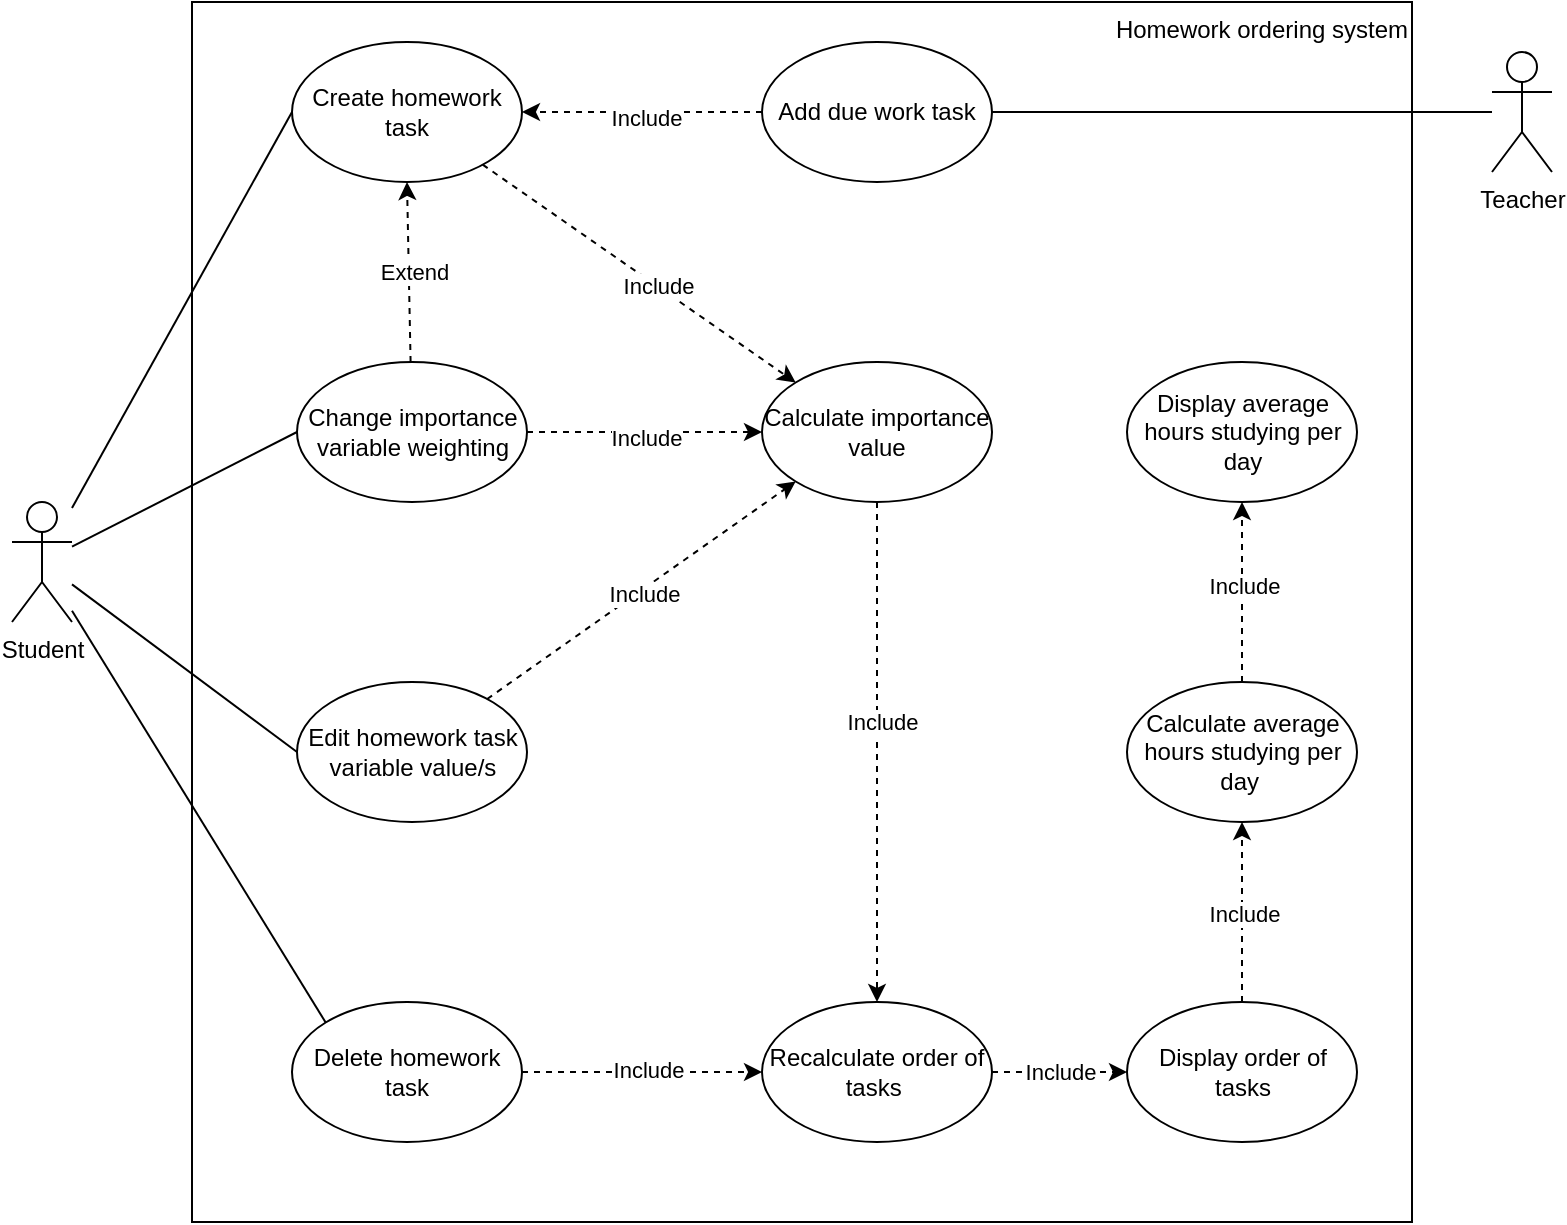
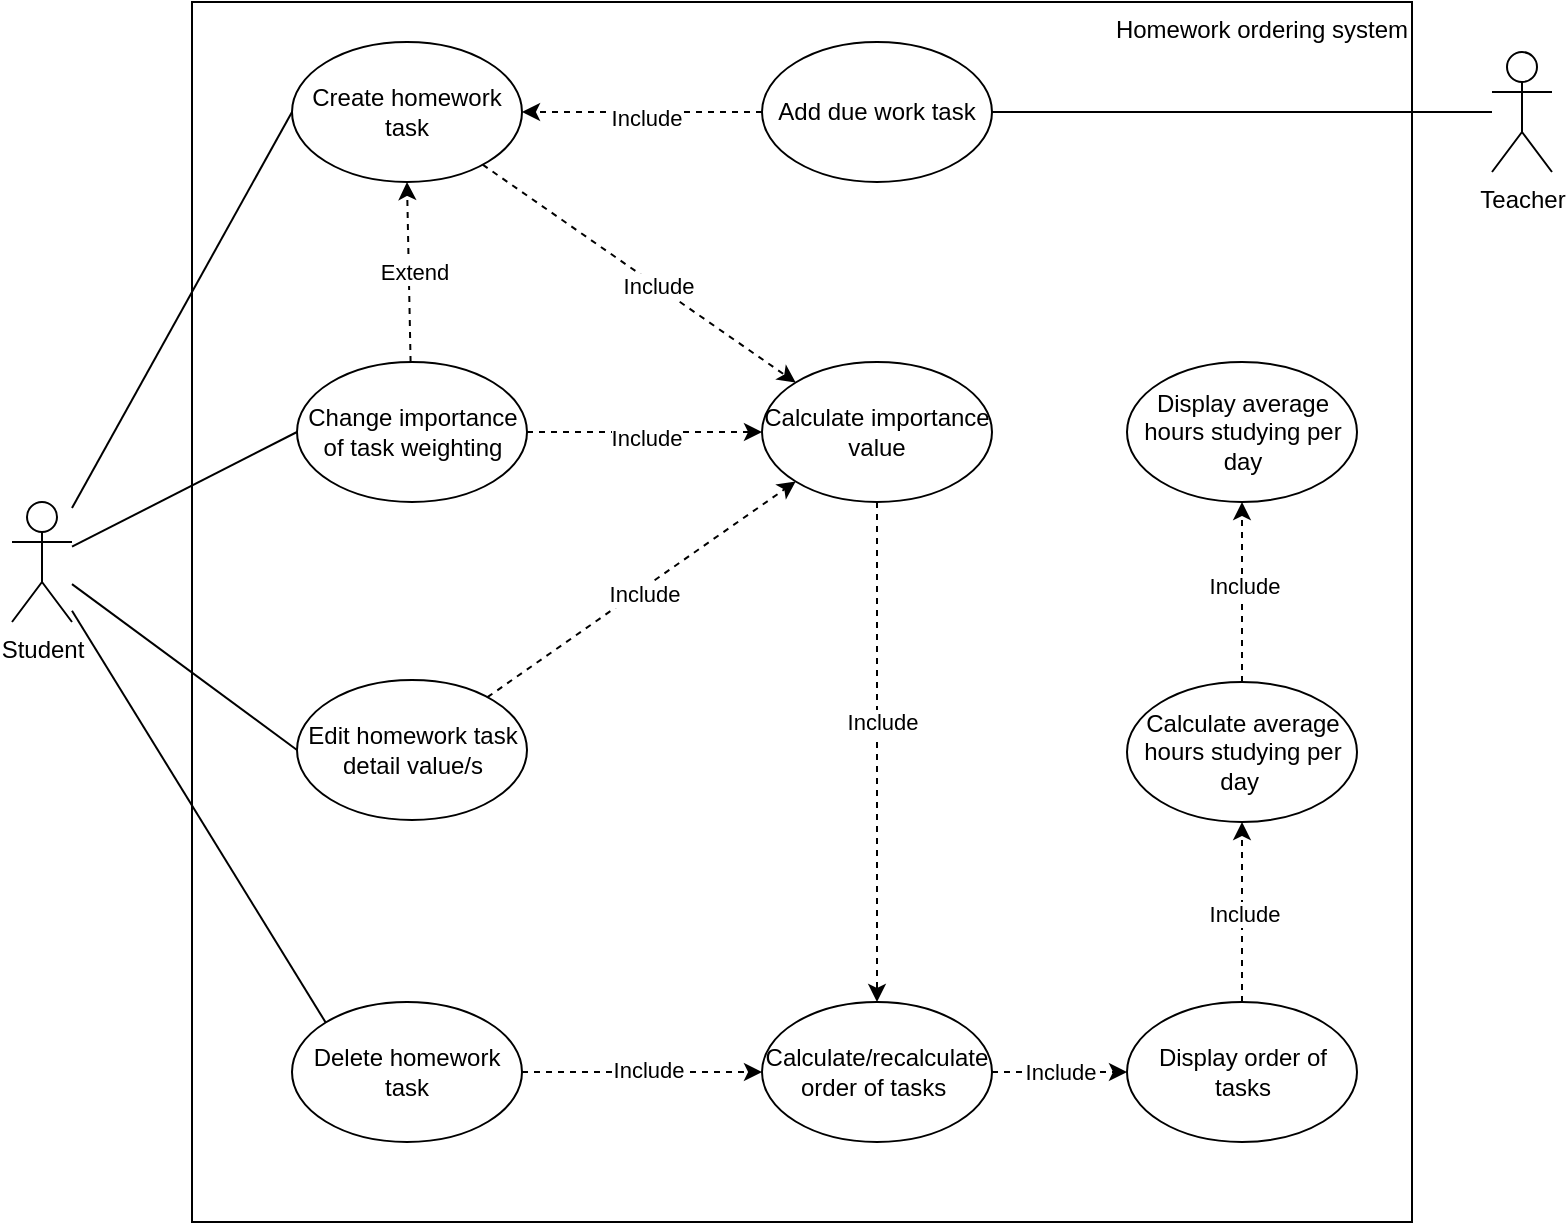
- <mxfile host="app.diagrams.net" agent="Mozilla/5.0 (Windows NT 10.0; Win64; x64) AppleWebKit/537.36 (KHTML, like Gecko) Chrome/147.0.0.0 Safari/537.36">
-   <diagram name="Page-1" id="ZcyXiCbd3epHD8B5bp2-">
-     <mxGraphModel dx="934" dy="657" grid="1" gridSize="10" guides="1" tooltips="1" connect="1" arrows="1" fold="1" page="1" pageScale="1" pageWidth="827" pageHeight="1169" math="0" shadow="0">
+ <mxfile host="app.diagrams.net" agent="Mozilla/5.0 (Windows NT 10.0; Win64; x64) AppleWebKit/537.36 (KHTML, like Gecko) Chrome/147.0.0.0 Safari/537.36" pages="2">
+   <diagram name="Use Case Diagram" id="ZcyXiCbd3epHD8B5bp2-">
+     <mxGraphModel grid="1" page="1" gridSize="10" guides="1" tooltips="1" connect="1" arrows="1" fold="1" pageScale="1" pageWidth="827" pageHeight="1169" math="0" shadow="0">
      <root>
        <mxCell id="0" />
        <mxCell id="1" parent="0" />
        <mxCell id="G7WcPmlzqGxsM9-RYmIV-1" parent="1" style="aspect=fixed;labelPosition=center;verticalLabelPosition=middle;align=right;verticalAlign=top;html=1;whiteSpace=wrap;movable=1;resizable=1;rotatable=1;deletable=1;editable=1;locked=0;connectable=1;" value="Homework ordering system" vertex="1">
          <mxGeometry height="610" width="610" x="100" y="100" as="geometry" />
        </mxCell>
        <mxCell id="jqSJIoKgP5xY_ZK5AzuU-10" edge="1" parent="1" source="G7WcPmlzqGxsM9-RYmIV-2" style="rounded=0;orthogonalLoop=1;jettySize=auto;html=1;entryX=0;entryY=0.5;entryDx=0;entryDy=0;endArrow=none;endFill=0;" target="jqSJIoKgP5xY_ZK5AzuU-4">
          <mxGeometry relative="1" as="geometry" />
        </mxCell>
        <mxCell id="tDrKYoykQaESbITqznwy-8" edge="1" parent="1" source="G7WcPmlzqGxsM9-RYmIV-2" style="rounded=0;orthogonalLoop=1;jettySize=auto;html=1;entryX=0;entryY=0.5;entryDx=0;entryDy=0;endArrow=none;endFill=0;" target="jqSJIoKgP5xY_ZK5AzuU-18">
          <mxGeometry relative="1" as="geometry" />
        </mxCell>
        <mxCell id="gFCc6fkzavYNVZ7rkNDt-2" edge="1" parent="1" source="G7WcPmlzqGxsM9-RYmIV-2" style="rounded=0;orthogonalLoop=1;jettySize=auto;html=1;entryX=0;entryY=0.5;entryDx=0;entryDy=0;endArrow=none;endFill=0;" target="gFCc6fkzavYNVZ7rkNDt-1">
          <mxGeometry relative="1" as="geometry" />
        </mxCell>
        <mxCell id="G7WcPmlzqGxsM9-RYmIV-2" parent="1" style="shape=umlActor;verticalLabelPosition=bottom;verticalAlign=top;html=1;outlineConnect=0;" value="Student" vertex="1">
          <mxGeometry height="60" width="30" x="10" y="350" as="geometry" />
        </mxCell>
        <mxCell id="jqSJIoKgP5xY_ZK5AzuU-3" edge="1" parent="1" source="G7WcPmlzqGxsM9-RYmIV-7" style="rounded=0;orthogonalLoop=1;jettySize=auto;html=1;entryX=1;entryY=0.5;entryDx=0;entryDy=0;shape=wire;dashed=1;endArrow=none;endFill=0;" target="jqSJIoKgP5xY_ZK5AzuU-2">
          <mxGeometry relative="1" as="geometry" />
        </mxCell>
        <mxCell id="G7WcPmlzqGxsM9-RYmIV-7" parent="1" style="shape=umlActor;verticalLabelPosition=bottom;verticalAlign=top;html=1;outlineConnect=0;" value="Teacher" vertex="1">
          <mxGeometry height="60" width="30" x="750" y="125" as="geometry" />
        </mxCell>
        <mxCell id="jqSJIoKgP5xY_ZK5AzuU-5" edge="1" parent="1" source="jqSJIoKgP5xY_ZK5AzuU-2" style="rounded=0;orthogonalLoop=1;jettySize=auto;html=1;endArrow=classic;endFill=1;dashed=1;" target="jqSJIoKgP5xY_ZK5AzuU-4">
          <mxGeometry relative="1" as="geometry" />
        </mxCell>
        <mxCell id="jqSJIoKgP5xY_ZK5AzuU-6" connectable="0" parent="jqSJIoKgP5xY_ZK5AzuU-5" style="edgeLabel;html=1;align=center;verticalAlign=middle;resizable=0;points=[];" value="Include" vertex="1">
          <mxGeometry relative="1" x="-0.0218" y="3" as="geometry">
            <mxPoint as="offset" />
          </mxGeometry>
        </mxCell>
        <mxCell id="jqSJIoKgP5xY_ZK5AzuU-2" parent="1" style="ellipse;whiteSpace=wrap;html=1;" value="Add due work task" vertex="1">
          <mxGeometry height="70" width="115" x="385" y="120" as="geometry" />
        </mxCell>
        <mxCell id="jqSJIoKgP5xY_ZK5AzuU-13" edge="1" parent="1" source="jqSJIoKgP5xY_ZK5AzuU-4" style="rounded=0;orthogonalLoop=1;jettySize=auto;html=1;dashed=1;endArrow=classic;endFill=1;entryX=0;entryY=0;entryDx=0;entryDy=0;" target="jqSJIoKgP5xY_ZK5AzuU-11">
          <mxGeometry relative="1" as="geometry" />
        </mxCell>
        <mxCell id="jqSJIoKgP5xY_ZK5AzuU-14" connectable="0" parent="jqSJIoKgP5xY_ZK5AzuU-13" style="edgeLabel;html=1;align=center;verticalAlign=middle;resizable=0;points=[];" value="Include" vertex="1">
          <mxGeometry relative="1" x="0.1143" as="geometry">
            <mxPoint as="offset" />
          </mxGeometry>
        </mxCell>
        <mxCell id="jqSJIoKgP5xY_ZK5AzuU-4" parent="1" style="ellipse;whiteSpace=wrap;html=1;" value="Create homework task" vertex="1">
          <mxGeometry height="70" width="115" x="150" y="120" as="geometry" />
        </mxCell>
        <mxCell id="jqSJIoKgP5xY_ZK5AzuU-16" edge="1" parent="1" source="jqSJIoKgP5xY_ZK5AzuU-11" style="rounded=0;orthogonalLoop=1;jettySize=auto;html=1;dashed=1;" target="jqSJIoKgP5xY_ZK5AzuU-15" value="">
          <mxGeometry relative="1" as="geometry" />
        </mxCell>
        <mxCell id="jqSJIoKgP5xY_ZK5AzuU-17" connectable="0" parent="jqSJIoKgP5xY_ZK5AzuU-16" style="edgeLabel;html=1;align=center;verticalAlign=middle;resizable=0;points=[];" value="Include" vertex="1">
          <mxGeometry relative="1" x="-0.125" y="2" as="geometry">
            <mxPoint as="offset" />
          </mxGeometry>
        </mxCell>
        <mxCell id="jqSJIoKgP5xY_ZK5AzuU-11" parent="1" style="ellipse;whiteSpace=wrap;html=1;" value="Calculate importance value" vertex="1">
          <mxGeometry height="70" width="115" x="385" y="280" as="geometry" />
        </mxCell>
        <mxCell id="tDrKYoykQaESbITqznwy-10" edge="1" parent="1" source="jqSJIoKgP5xY_ZK5AzuU-15" style="rounded=0;orthogonalLoop=1;jettySize=auto;html=1;entryX=0;entryY=0.5;entryDx=0;entryDy=0;startArrow=none;startFill=0;endArrow=classic;endFill=1;dashed=1;" target="tDrKYoykQaESbITqznwy-9" value="Include">
          <mxGeometry relative="1" as="geometry" />
        </mxCell>
-         <mxCell id="jqSJIoKgP5xY_ZK5AzuU-15" parent="1" style="ellipse;whiteSpace=wrap;html=1;" value="Recalculate order of tasks&amp;nbsp;" vertex="1">
+         <mxCell id="jqSJIoKgP5xY_ZK5AzuU-15" parent="1" style="ellipse;whiteSpace=wrap;html=1;" value="Calculate/recalculate order of tasks&amp;nbsp;" vertex="1">
          <mxGeometry height="70" width="115" x="385" y="600" as="geometry" />
        </mxCell>
        <mxCell id="jqSJIoKgP5xY_ZK5AzuU-20" edge="1" parent="1" source="jqSJIoKgP5xY_ZK5AzuU-18" style="rounded=0;orthogonalLoop=1;jettySize=auto;html=1;entryX=0;entryY=0.5;entryDx=0;entryDy=0;dashed=1;" target="jqSJIoKgP5xY_ZK5AzuU-11">
          <mxGeometry relative="1" as="geometry" />
        </mxCell>
        <mxCell id="jqSJIoKgP5xY_ZK5AzuU-21" connectable="0" parent="jqSJIoKgP5xY_ZK5AzuU-20" style="edgeLabel;html=1;align=center;verticalAlign=middle;resizable=0;points=[];" value="Include" vertex="1">
          <mxGeometry relative="1" x="0.0328" y="-3" as="geometry">
            <mxPoint x="-1" as="offset" />
          </mxGeometry>
        </mxCell>
        <mxCell id="tDrKYoykQaESbITqznwy-6" edge="1" parent="1" source="jqSJIoKgP5xY_ZK5AzuU-18" style="rounded=0;orthogonalLoop=1;jettySize=auto;html=1;entryX=0.5;entryY=1;entryDx=0;entryDy=0;dashed=1;" target="jqSJIoKgP5xY_ZK5AzuU-4">
          <mxGeometry relative="1" as="geometry" />
        </mxCell>
        <mxCell id="tDrKYoykQaESbITqznwy-7" connectable="0" parent="tDrKYoykQaESbITqznwy-6" style="edgeLabel;html=1;align=center;verticalAlign=middle;resizable=0;points=[];" value="Extend" vertex="1">
          <mxGeometry relative="1" x="0.008" y="-2" as="geometry">
            <mxPoint as="offset" />
          </mxGeometry>
        </mxCell>
-         <mxCell id="jqSJIoKgP5xY_ZK5AzuU-18" parent="1" style="ellipse;whiteSpace=wrap;html=1;" value="Change importance variable weighting" vertex="1">
+         <mxCell id="jqSJIoKgP5xY_ZK5AzuU-18" parent="1" style="ellipse;whiteSpace=wrap;html=1;" value="Change importance of task weighting" vertex="1">
          <mxGeometry height="70" width="115" x="152.5" y="280" as="geometry" />
        </mxCell>
        <mxCell id="tDrKYoykQaESbITqznwy-2" parent="1" style="ellipse;whiteSpace=wrap;html=1;" value="Delete homework task" vertex="1">
          <mxGeometry height="70" width="115" x="150" y="600" as="geometry" />
        </mxCell>
        <mxCell id="tDrKYoykQaESbITqznwy-3" edge="1" parent="1" source="G7WcPmlzqGxsM9-RYmIV-2" style="rounded=0;orthogonalLoop=1;jettySize=auto;html=1;endArrow=none;endFill=0;entryX=0;entryY=0;entryDx=0;entryDy=0;" target="tDrKYoykQaESbITqznwy-2">
          <mxGeometry relative="1" as="geometry">
            <mxPoint x="174" y="430" as="targetPoint" />
          </mxGeometry>
        </mxCell>
        <mxCell id="tDrKYoykQaESbITqznwy-4" edge="1" parent="1" source="tDrKYoykQaESbITqznwy-2" style="rounded=0;orthogonalLoop=1;jettySize=auto;html=1;entryX=0;entryY=0.5;entryDx=0;entryDy=0;endArrow=classic;endFill=1;dashed=1;" target="jqSJIoKgP5xY_ZK5AzuU-15">
          <mxGeometry relative="1" as="geometry" />
        </mxCell>
        <mxCell id="tDrKYoykQaESbITqznwy-5" connectable="0" parent="tDrKYoykQaESbITqznwy-4" style="edgeLabel;html=1;align=center;verticalAlign=middle;resizable=0;points=[];" value="Include" vertex="1">
          <mxGeometry relative="1" x="0.0436" y="1" as="geometry">
            <mxPoint as="offset" />
          </mxGeometry>
        </mxCell>
        <mxCell id="gFCc6fkzavYNVZ7rkNDt-6" edge="1" parent="1" source="tDrKYoykQaESbITqznwy-9" style="rounded=0;orthogonalLoop=1;jettySize=auto;html=1;entryX=0.5;entryY=1;entryDx=0;entryDy=0;endArrow=classic;endFill=1;dashed=1;" target="gFCc6fkzavYNVZ7rkNDt-5">
          <mxGeometry relative="1" as="geometry" />
        </mxCell>
        <mxCell id="gFCc6fkzavYNVZ7rkNDt-7" connectable="0" parent="gFCc6fkzavYNVZ7rkNDt-6" style="edgeLabel;html=1;align=center;verticalAlign=middle;resizable=0;points=[];" value="Include" vertex="1">
          <mxGeometry relative="1" x="-0.0222" y="-1" as="geometry">
            <mxPoint as="offset" />
          </mxGeometry>
        </mxCell>
        <mxCell id="tDrKYoykQaESbITqznwy-9" parent="1" style="ellipse;whiteSpace=wrap;html=1;" value="Display order of tasks" vertex="1">
          <mxGeometry height="70" width="115" x="567.5" y="600" as="geometry" />
        </mxCell>
        <mxCell id="gFCc6fkzavYNVZ7rkNDt-3" edge="1" parent="1" source="gFCc6fkzavYNVZ7rkNDt-1" style="rounded=0;orthogonalLoop=1;jettySize=auto;html=1;entryX=0;entryY=1;entryDx=0;entryDy=0;dashed=1;endArrow=classic;endFill=1;" target="jqSJIoKgP5xY_ZK5AzuU-11">
          <mxGeometry relative="1" as="geometry" />
        </mxCell>
        <mxCell id="gFCc6fkzavYNVZ7rkNDt-4" connectable="0" parent="gFCc6fkzavYNVZ7rkNDt-3" style="edgeLabel;html=1;align=center;verticalAlign=middle;resizable=0;points=[];" value="Include" vertex="1">
          <mxGeometry relative="1" x="0.0017" y="-2" as="geometry">
            <mxPoint as="offset" />
          </mxGeometry>
        </mxCell>
-         <mxCell id="gFCc6fkzavYNVZ7rkNDt-1" parent="1" style="ellipse;whiteSpace=wrap;html=1;" value="Edit homework task variable value/s" vertex="1">
-           <mxGeometry height="70" width="115" x="152.5" y="440" as="geometry" />
+         <mxCell id="gFCc6fkzavYNVZ7rkNDt-1" parent="1" style="ellipse;whiteSpace=wrap;html=1;" value="Edit homework task detail value/s" vertex="1">
+           <mxGeometry height="70" width="115" x="152.5" y="439" as="geometry" />
        </mxCell>
        <mxCell id="gFCc6fkzavYNVZ7rkNDt-9" edge="1" parent="1" source="gFCc6fkzavYNVZ7rkNDt-5" style="edgeStyle=orthogonalEdgeStyle;rounded=0;orthogonalLoop=1;jettySize=auto;html=1;endArrow=classic;endFill=1;dashed=1;" target="gFCc6fkzavYNVZ7rkNDt-8">
          <mxGeometry relative="1" as="geometry" />
        </mxCell>
        <mxCell id="gFCc6fkzavYNVZ7rkNDt-10" connectable="0" parent="gFCc6fkzavYNVZ7rkNDt-9" style="edgeLabel;html=1;align=center;verticalAlign=middle;resizable=0;points=[];" value="Include" vertex="1">
          <mxGeometry relative="1" x="0.0667" y="-1" as="geometry">
            <mxPoint as="offset" />
          </mxGeometry>
        </mxCell>
        <mxCell id="gFCc6fkzavYNVZ7rkNDt-5" parent="1" style="ellipse;whiteSpace=wrap;html=1;resizeWidth=0;" value="Calculate average hours studying per day&amp;nbsp;" vertex="1">
          <mxGeometry height="70" width="115" x="567.5" y="440" as="geometry" />
        </mxCell>
        <mxCell id="gFCc6fkzavYNVZ7rkNDt-8" parent="1" style="ellipse;whiteSpace=wrap;html=1;" value="Display average hours studying per day" vertex="1">
          <mxGeometry height="70" width="115" x="567.5" y="280" as="geometry" />
+         </mxCell>
+       </root>
+     </mxGraphModel>
+   </diagram>
+   <diagram id="8lql2eI7iz3RtWvieJSU" name="Context Diagram">
+     <mxGraphModel dx="934" dy="657" grid="1" gridSize="10" guides="1" tooltips="1" connect="1" arrows="1" fold="1" page="1" pageScale="1" pageWidth="827" pageHeight="1169" math="0" shadow="0">
+       <root>
+         <mxCell id="0" />
+         <mxCell id="1" parent="0" />
+         <mxCell id="ACZuuOuZ4gBjVFFcBLFl-7" edge="1" parent="1" source="ACZuuOuZ4gBjVFFcBLFl-1" style="rounded=0;orthogonalLoop=1;jettySize=auto;html=1;entryX=0;entryY=0;entryDx=0;entryDy=0;" target="ACZuuOuZ4gBjVFFcBLFl-3">
+           <mxGeometry relative="1" as="geometry" />
+         </mxCell>
+         <mxCell id="ACZuuOuZ4gBjVFFcBLFl-9" connectable="0" parent="ACZuuOuZ4gBjVFFcBLFl-7" style="edgeLabel;html=1;align=center;verticalAlign=middle;resizable=0;points=[];" value="Homework task details" vertex="1">
+           <mxGeometry relative="1" x="0.0243" y="1" as="geometry">
+             <mxPoint as="offset" />
+           </mxGeometry>
+         </mxCell>
+         <mxCell id="ACZuuOuZ4gBjVFFcBLFl-8" edge="1" parent="1" source="ACZuuOuZ4gBjVFFcBLFl-1" style="rounded=0;orthogonalLoop=1;jettySize=auto;html=1;entryX=0;entryY=0.5;entryDx=0;entryDy=0;" target="ACZuuOuZ4gBjVFFcBLFl-3">
+           <mxGeometry relative="1" as="geometry" />
+         </mxCell>
+         <mxCell id="ACZuuOuZ4gBjVFFcBLFl-10" connectable="0" parent="ACZuuOuZ4gBjVFFcBLFl-8" style="edgeLabel;html=1;align=center;verticalAlign=middle;resizable=0;points=[];" value="Importance of task" vertex="1">
+           <mxGeometry relative="1" x="0.0824" y="-1" as="geometry">
+             <mxPoint y="1" as="offset" />
+           </mxGeometry>
+         </mxCell>
+         <mxCell id="m4LZdS4MCfvcE9fhJnzB-1" edge="1" parent="1" source="ACZuuOuZ4gBjVFFcBLFl-1" style="rounded=0;orthogonalLoop=1;jettySize=auto;html=1;entryX=0;entryY=1;entryDx=0;entryDy=0;" target="ACZuuOuZ4gBjVFFcBLFl-3">
+           <mxGeometry relative="1" as="geometry" />
+         </mxCell>
+         <mxCell id="m4LZdS4MCfvcE9fhJnzB-2" connectable="0" parent="m4LZdS4MCfvcE9fhJnzB-1" style="edgeLabel;html=1;align=center;verticalAlign=middle;resizable=0;points=[];" value="Edit task details" vertex="1">
+           <mxGeometry relative="1" x="-0.015" y="4" as="geometry">
+             <mxPoint as="offset" />
+           </mxGeometry>
+         </mxCell>
+         <mxCell id="ACZuuOuZ4gBjVFFcBLFl-1" parent="1" style="rounded=0;whiteSpace=wrap;html=1;" value="Student" vertex="1">
+           <mxGeometry height="160" width="130" x="150" y="280" as="geometry" />
+         </mxCell>
+         <mxCell id="m4LZdS4MCfvcE9fhJnzB-3" edge="1" parent="1" source="ACZuuOuZ4gBjVFFcBLFl-3" style="rounded=0;orthogonalLoop=1;jettySize=auto;html=1;entryX=1;entryY=1;entryDx=0;entryDy=0;exitX=0.5;exitY=1;exitDx=0;exitDy=0;" target="ACZuuOuZ4gBjVFFcBLFl-1">
+           <mxGeometry relative="1" as="geometry" />
+         </mxCell>
+         <mxCell id="m4LZdS4MCfvcE9fhJnzB-4" connectable="0" parent="m4LZdS4MCfvcE9fhJnzB-3" style="edgeLabel;html=1;align=center;verticalAlign=middle;resizable=0;points=[];" value="Order of tasks" vertex="1">
+           <mxGeometry relative="1" x="-0.0139" y="-2" as="geometry">
+             <mxPoint as="offset" />
+           </mxGeometry>
+         </mxCell>
+         <mxCell id="m4LZdS4MCfvcE9fhJnzB-5" edge="1" parent="1" source="ACZuuOuZ4gBjVFFcBLFl-3" style="rounded=0;orthogonalLoop=1;jettySize=auto;html=1;entryX=1;entryY=0;entryDx=0;entryDy=0;exitX=0.5;exitY=0;exitDx=0;exitDy=0;" target="ACZuuOuZ4gBjVFFcBLFl-1">
+           <mxGeometry relative="1" as="geometry" />
+         </mxCell>
+         <mxCell id="m4LZdS4MCfvcE9fhJnzB-6" connectable="0" parent="m4LZdS4MCfvcE9fhJnzB-5" style="edgeLabel;html=1;align=center;verticalAlign=middle;resizable=0;points=[];" value="Total hours studying" vertex="1">
+           <mxGeometry relative="1" x="0.152" y="-3" as="geometry">
+             <mxPoint as="offset" />
+           </mxGeometry>
+         </mxCell>
+         <mxCell id="m4LZdS4MCfvcE9fhJnzB-7" edge="1" parent="1" source="ACZuuOuZ4gBjVFFcBLFl-3" style="rounded=0;orthogonalLoop=1;jettySize=auto;html=1;entryX=0.75;entryY=0;entryDx=0;entryDy=0;exitX=0.5;exitY=0;exitDx=0;exitDy=0;" target="ACZuuOuZ4gBjVFFcBLFl-1">
+           <mxGeometry relative="1" as="geometry">
+             <Array as="points">
+               <mxPoint x="340" y="190" />
+             </Array>
+           </mxGeometry>
+         </mxCell>
+         <mxCell id="m4LZdS4MCfvcE9fhJnzB-8" connectable="0" parent="m4LZdS4MCfvcE9fhJnzB-7" style="edgeLabel;html=1;align=center;verticalAlign=middle;resizable=0;points=[];" value="Average hours studying per day" vertex="1">
+           <mxGeometry relative="1" x="0.1809" y="-1" as="geometry">
+             <mxPoint y="1" as="offset" />
+           </mxGeometry>
+         </mxCell>
+         <mxCell id="ACZuuOuZ4gBjVFFcBLFl-3" parent="1" style="ellipse;whiteSpace=wrap;html=1;aspect=fixed;" value="Homework ordering system" vertex="1">
+           <mxGeometry height="160" width="160" x="420" y="280" as="geometry" />
+         </mxCell>
+         <mxCell id="ACZuuOuZ4gBjVFFcBLFl-5" edge="1" parent="1" source="ACZuuOuZ4gBjVFFcBLFl-4" style="rounded=0;orthogonalLoop=1;jettySize=auto;html=1;entryX=1;entryY=0.5;entryDx=0;entryDy=0;" target="ACZuuOuZ4gBjVFFcBLFl-3">
+           <mxGeometry relative="1" as="geometry" />
+         </mxCell>
+         <mxCell id="ACZuuOuZ4gBjVFFcBLFl-6" connectable="0" parent="ACZuuOuZ4gBjVFFcBLFl-5" style="edgeLabel;html=1;align=center;verticalAlign=middle;resizable=0;points=[];" value="Due work item details" vertex="1">
+           <mxGeometry relative="1" x="-0.0308" y="2" as="geometry">
+             <mxPoint as="offset" />
+           </mxGeometry>
+         </mxCell>
+         <mxCell id="ACZuuOuZ4gBjVFFcBLFl-4" parent="1" style="rounded=0;whiteSpace=wrap;html=1;" value="Teacher" vertex="1">
+           <mxGeometry height="160" width="120" x="719" y="280" as="geometry" />
        </mxCell>
      </root>
    </mxGraphModel>
  </diagram>
</mxfile>
